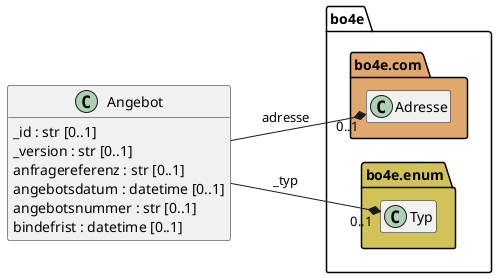
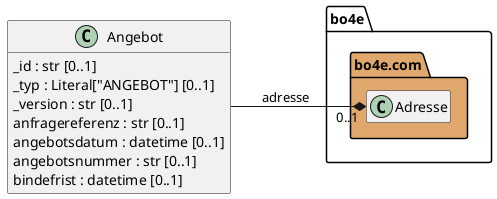
@startuml
left to right direction

class "Angebot" as Angebot {
    _id : str [0..1]
+     _typ : Literal["ANGEBOT"] [0..1]
    _version : str [0..1]
    anfragereferenz : str [0..1]
    angebotsdatum : datetime [0..1]
    angebotsnummer : str [0..1]
    bindefrist : datetime [0..1]
}

namespace "bo4e.com" as bo4e.com #E0A86C {
    class "Adresse" as Adresse {
    _id : str [0..1]
    _version : str [0..1]
    adresszusatz : str [0..1]
    coErgaenzung : str [0..1]
    hausnummer : str [0..1]
    ort : str [0..1]
    ortsteil : str [0..1]
    postfach : str [0..1]
    postleitzahl : str [0..1]
    strasse : str [0..1]
}
}
- namespace "bo4e.enum" as bo4e.enum #d1c358 {
-     class "Typ" as Typ {
- }
- }

Angebot --* "0..1" Adresse : adresse
- Angebot --* "0..1" Typ : _typ

hide members
show .Angebot fields
@enduml
